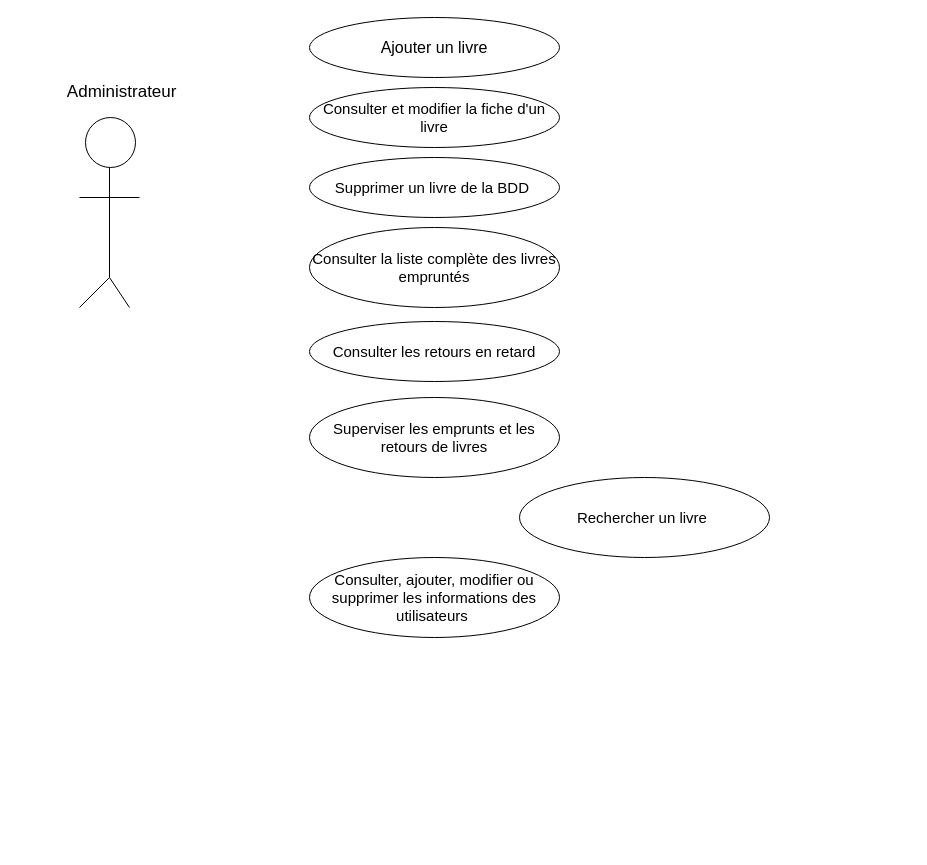
Before: page "Use Case Administrateur" (1 of 2) of diagramme/Diagramme UML Bibliothèque.drawio in JocelyneMuller/Projet-Biblioth-que, a draw.io diagram. Source tidied: cells renumbered, new cells numbered last; positions are measured from the earlier drawing's top-left corner, leaving out a move shared by most shapes. Both pictures are drawn from the tidied source at 100%, with x=0, y=0 at pixel (79, 17).
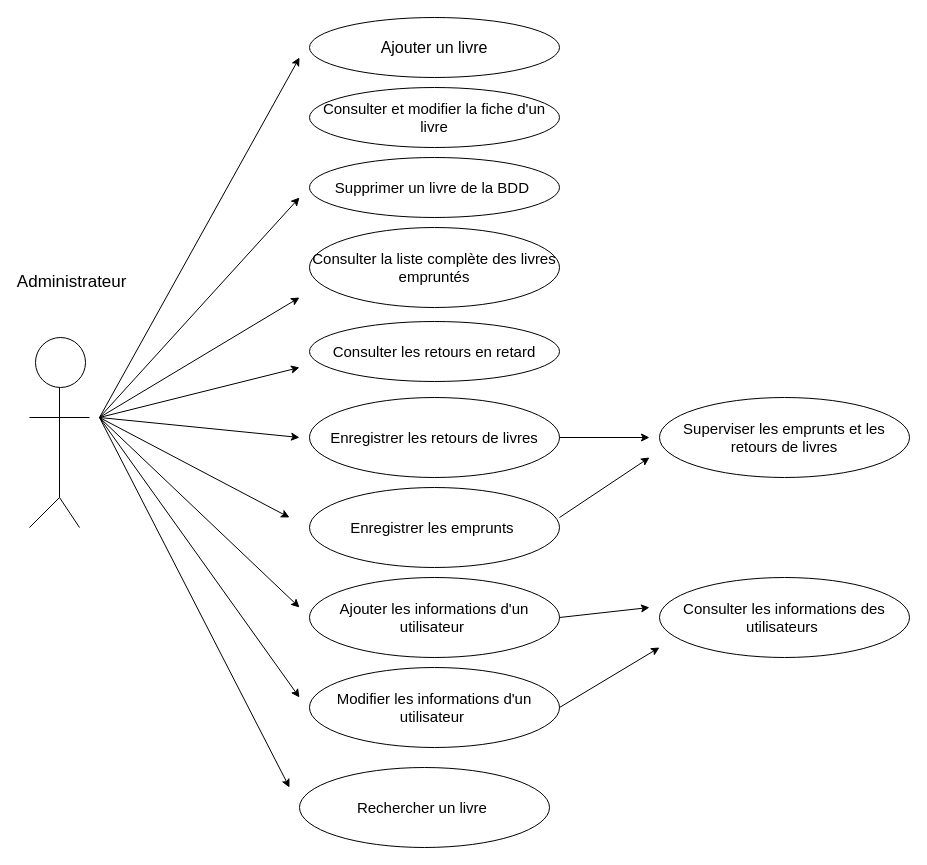
The same diagram, later.

Change to the diagram source:
```diff
@@
     <mxCell id="2" value="&lt;font style=&quot;font-size: 17px;&quot;&gt;Administrateur&amp;nbsp;&lt;/font&gt;" style="text;html=1;align=center;verticalAlign=middle;whiteSpace=wrap;rounded=0;" parent="1" vertex="1">
-      <mxGeometry x="20" y="60" width="50" height="30" as="geometry" />
+      <mxGeometry x="-30" y="250" width="50" height="30" as="geometry" />
     </mxCell>
     <mxCell id="3" style="ellipse;whiteSpace=wrap;html=1;" parent="1" vertex="1">
-      <mxGeometry x="6" y="100" width="50" height="50" as="geometry" />
+      <mxGeometry x="-44" y="320" width="50" height="50" as="geometry" />
     </mxCell>
     <mxCell id="4" style="endArrow=none;html=1;rounded=0;" parent="1" edge="1">
       <mxGeometry relative="1" as="geometry">
-        <mxPoint x="30" y="260" as="sourcePoint" />
-        <mxPoint x="30" y="150" as="targetPoint" />
+        <mxPoint x="-20" y="480" as="sourcePoint" />
+        <mxPoint x="-20" y="370" as="targetPoint" />
       </mxGeometry>
     </mxCell>
     <mxCell id="5" style="endArrow=none;html=1;rounded=0;" parent="1" edge="1">
       <mxGeometry relative="1" as="geometry">
-        <mxPoint x="30" y="180" as="sourcePoint" />
-        <mxPoint x="60" y="180" as="targetPoint" />
+        <mxPoint x="-20" y="400" as="sourcePoint" />
+        <mxPoint x="10" y="400" as="targetPoint" />
       </mxGeometry>
     </mxCell>
     <mxCell id="6" style="endArrow=none;html=1;rounded=0;" parent="1" edge="1">
       <mxGeometry relative="1" as="geometry">
-        <mxPoint y="180" as="sourcePoint" />
-        <mxPoint x="30" y="180" as="targetPoint" />
+        <mxPoint x="-50" y="400" as="sourcePoint" />
+        <mxPoint x="-20" y="400" as="targetPoint" />
       </mxGeometry>
     </mxCell>
     <mxCell id="7" style="endArrow=none;html=1;rounded=0;" parent="1" edge="1">
       <mxGeometry relative="1" as="geometry">
-        <mxPoint y="290" as="sourcePoint" />
-        <mxPoint x="30" y="260" as="targetPoint" />
+        <mxPoint x="-50" y="510" as="sourcePoint" />
+        <mxPoint x="-20" y="480" as="targetPoint" />
       </mxGeometry>
     </mxCell>
     <mxCell id="8" style="endArrow=none;html=1;rounded=0;" parent="1" edge="1">
       <mxGeometry relative="1" as="geometry">
-        <mxPoint x="50" y="290" as="sourcePoint" />
-        <mxPoint x="30" y="260" as="targetPoint" />
+        <mxPoint y="510" as="sourcePoint" />
+        <mxPoint x="-20" y="480" as="targetPoint" />
       </mxGeometry>
     </mxCell>
@@
     <mxCell id="14" value="&lt;font style=&quot;font-size: 15px;&quot;&gt;Superviser les emprunts et les retours de livres&lt;/font&gt;" style="ellipse;whiteSpace=wrap;html=1;" parent="1" vertex="1">
-      <mxGeometry x="230" y="380" width="250" height="80" as="geometry" />
+      <mxGeometry x="580" y="380" width="250" height="80" as="geometry" />
     </mxCell>
-    <mxCell id="15" value="&lt;font style=&quot;font-size: 15px;&quot;&gt;Consulter, ajouter, modifier ou supprimer les informations des utilisateurs&amp;nbsp;&lt;/font&gt;" style="ellipse;whiteSpace=wrap;html=1;" parent="1" vertex="1">
-      <mxGeometry x="230" y="540" width="250" height="80" as="geometry" />
+    <mxCell id="15" value="&lt;font style=&quot;font-size: 15px;&quot;&gt;Consulter les informations des utilisateurs&amp;nbsp;&lt;/font&gt;" style="ellipse;whiteSpace=wrap;html=1;" parent="1" vertex="1">
+      <mxGeometry x="580" y="560" width="250" height="80" as="geometry" />
     </mxCell>
     <mxCell id="16" value="&lt;font style=&quot;font-size: 15px;&quot;&gt;Rechercher un livre&amp;nbsp;&lt;/font&gt;" style="ellipse;whiteSpace=wrap;html=1;" parent="1" vertex="1">
-      <mxGeometry x="440" y="460" width="250" height="80" as="geometry" />
+      <mxGeometry x="220" y="750" width="250" height="80" as="geometry" />
     </mxCell>
+    <mxCell id="17" value="&lt;font style=&quot;font-size: 15px;&quot;&gt;Enregistrer les emprunts&amp;nbsp;&lt;/font&gt;" style="ellipse;whiteSpace=wrap;html=1;" parent="1" vertex="1">
+      <mxGeometry x="230" y="470" width="250" height="80" as="geometry" />
+    </mxCell>
+    <mxCell id="18" value="&lt;font style=&quot;font-size: 15px;&quot;&gt;Enregistrer les retours de livres&lt;/font&gt;" style="ellipse;whiteSpace=wrap;html=1;" parent="1" vertex="1">
+      <mxGeometry x="230" y="380" width="250" height="80" as="geometry" />
+    </mxCell>
+    <mxCell id="19" value="&lt;font style=&quot;font-size: 15px;&quot;&gt;Ajouter les informations d'un utilisateur&amp;nbsp;&lt;/font&gt;" style="ellipse;whiteSpace=wrap;html=1;" parent="1" vertex="1">
+      <mxGeometry x="230" y="560" width="250" height="80" as="geometry" />
+    </mxCell>
+    <mxCell id="20" value="&lt;font style=&quot;font-size: 15px;&quot;&gt;Modifier les informations d'un utilisateur&amp;nbsp;&lt;/font&gt;" style="ellipse;whiteSpace=wrap;html=1;" parent="1" vertex="1">
+      <mxGeometry x="230" y="650" width="250" height="80" as="geometry" />
+    </mxCell>
+    <mxCell id="21" style="endArrow=classic;html=1;rounded=0;exitX=1;exitY=0.5;exitDx=0;exitDy=0;" parent="1" edge="1" source="18">
+      <mxGeometry relative="1" as="geometry">
+        <mxPoint x="570" y="420" as="targetPoint" />
+      </mxGeometry>
+    </mxCell>
+    <mxCell id="22" style="endArrow=classic;html=1;rounded=0;exitX=1;exitY=0.375;exitDx=0;exitDy=0;exitPerimeter=0;" parent="1" edge="1" source="17">
+      <mxGeometry relative="1" as="geometry">
+        <mxPoint x="570" y="440" as="targetPoint" />
+      </mxGeometry>
+    </mxCell>
+    <mxCell id="23" style="endArrow=classic;html=1;rounded=0;exitX=1;exitY=0.5;exitDx=0;exitDy=0;" parent="1" edge="1" source="20">
+      <mxGeometry relative="1" as="geometry">
+        <mxPoint x="580" y="630" as="targetPoint" />
+      </mxGeometry>
+    </mxCell>
+    <mxCell id="24" style="endArrow=classic;html=1;rounded=0;exitX=1;exitY=0.5;exitDx=0;exitDy=0;" parent="1" edge="1" source="19">
+      <mxGeometry relative="1" as="geometry">
+        <mxPoint x="570" y="590" as="targetPoint" />
+      </mxGeometry>
+    </mxCell>
+    <mxCell id="25" style="endArrow=classic;html=1;rounded=0;" parent="1" edge="1">
+      <mxGeometry relative="1" as="geometry">
+        <mxPoint x="20" y="400" as="sourcePoint" />
+        <mxPoint x="220" y="40" as="targetPoint" />
+      </mxGeometry>
+    </mxCell>
+    <mxCell id="26" style="endArrow=classic;html=1;rounded=0;" parent="1" edge="1">
+      <mxGeometry relative="1" as="geometry">
+        <mxPoint x="20" y="400" as="sourcePoint" />
+        <mxPoint x="220" y="180" as="targetPoint" />
+      </mxGeometry>
+    </mxCell>
+    <mxCell id="27" style="endArrow=classic;html=1;rounded=0;" parent="1" edge="1">
+      <mxGeometry relative="1" as="geometry">
+        <mxPoint x="20" y="400" as="sourcePoint" />
+        <mxPoint x="220" y="280" as="targetPoint" />
+      </mxGeometry>
+    </mxCell>
+    <mxCell id="28" style="endArrow=classic;html=1;rounded=0;" parent="1" edge="1">
+      <mxGeometry relative="1" as="geometry">
+        <mxPoint x="20" y="400" as="sourcePoint" />
+        <mxPoint x="220" y="350" as="targetPoint" />
+      </mxGeometry>
+    </mxCell>
+    <mxCell id="29" style="endArrow=classic;html=1;rounded=0;" parent="1" edge="1">
+      <mxGeometry relative="1" as="geometry">
+        <mxPoint x="20" y="400" as="sourcePoint" />
+        <mxPoint x="220" y="420" as="targetPoint" />
+      </mxGeometry>
+    </mxCell>
+    <mxCell id="30" style="endArrow=classic;html=1;rounded=0;" parent="1" edge="1">
+      <mxGeometry relative="1" as="geometry">
+        <mxPoint x="20" y="400" as="sourcePoint" />
+        <mxPoint x="210" y="500" as="targetPoint" />
+      </mxGeometry>
+    </mxCell>
+    <mxCell id="31" style="endArrow=classic;html=1;rounded=0;" parent="1" edge="1">
+      <mxGeometry relative="1" as="geometry">
+        <mxPoint x="20" y="400" as="sourcePoint" />
+        <mxPoint x="220" y="590" as="targetPoint" />
+      </mxGeometry>
+    </mxCell>
+    <mxCell id="32" style="endArrow=classic;html=1;rounded=0;" parent="1" edge="1">
+      <mxGeometry relative="1" as="geometry">
+        <mxPoint x="20" y="400" as="sourcePoint" />
+        <mxPoint x="220" y="680" as="targetPoint" />
+      </mxGeometry>
+    </mxCell>
+    <mxCell id="33" style="endArrow=classic;html=1;rounded=0;" parent="1" edge="1">
+      <mxGeometry relative="1" as="geometry">
+        <mxPoint x="20" y="400" as="sourcePoint" />
+        <mxPoint x="210" y="770" as="targetPoint" />
+      </mxGeometry>
+    </mxCell>
```
